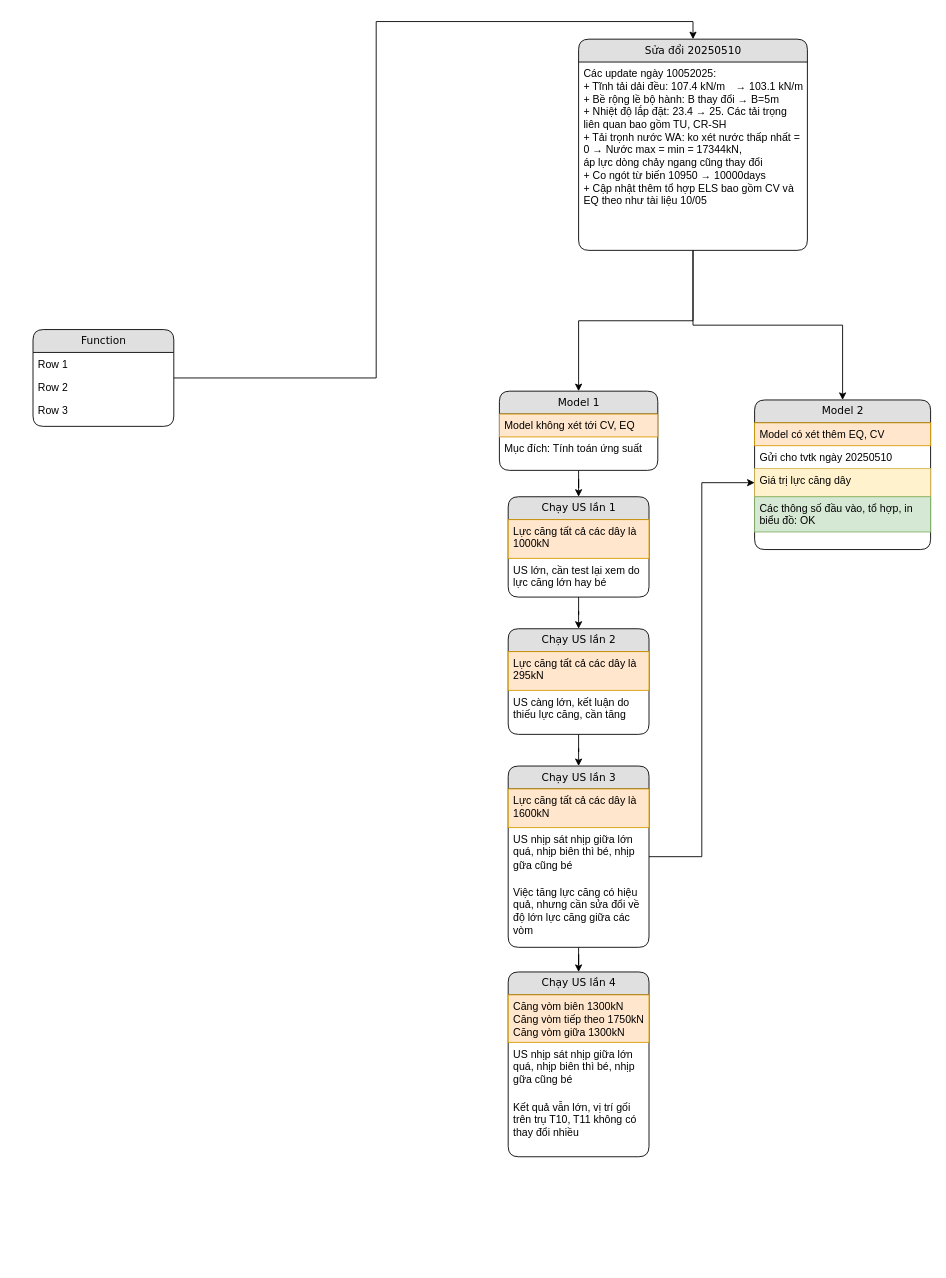
Earlier version of the draw.io diagram An Dong Br/Process.drawio (nnh92/Home-Works). Source tidied: cells renumbered, new cells numbered last; positions are measured from the earlier drawing's top-left corner, leaving out a move shared by most shapes. Both pictures are drawn from the tidied source at 88%, with x=0, y=0 at pixel (33, 39).
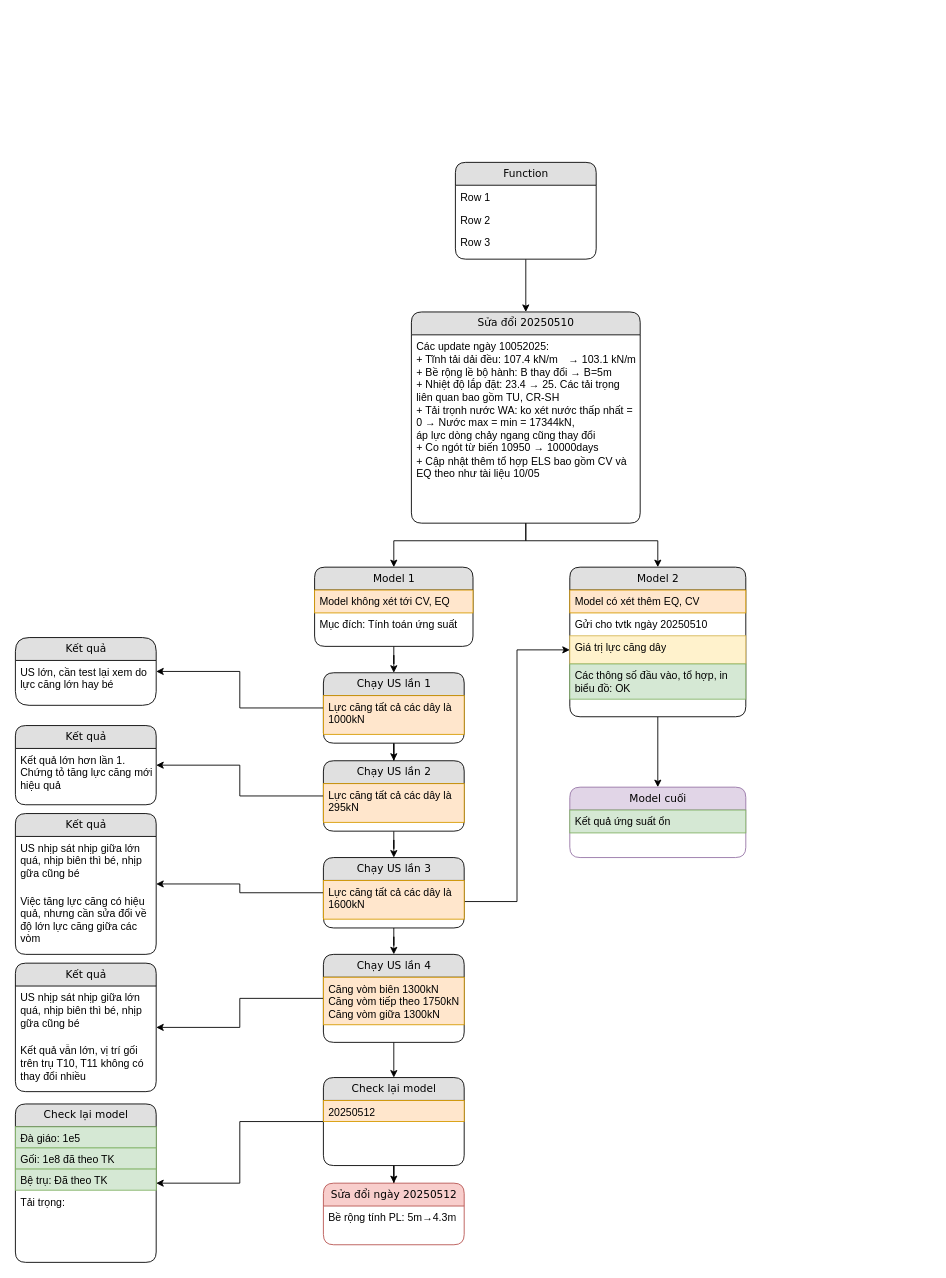
After the change.

The change refers to these unchanged cells:
```xml
<mxCell id="36" value="Giá trị lực căng dây" style="text;html=1;strokeColor=#d6b656;fillColor=#fff2cc;spacingLeft=4;spacingRight=4;whiteSpace=wrap;overflow=hidden;points=[[0,0.5],[1,0.5]];portConstraint=eastwest;" parent="33" vertex="1">
  <mxGeometry y="78" width="200" height="32" as="geometry" />
</mxCell>
```

Change to the diagram source:
```diff
@@
     <mxCell id="3" value="Function" style="swimlane;html=1;fontStyle=0;horizontal=1;startSize=26;fillColor=#e0e0e0;swimlaneFillColor=#ffffff;align=center;rounded=1;shadow=0;comic=0;labelBackgroundColor=none;strokeWidth=1;fontFamily=Verdana;fontSize=12;" parent="1" vertex="1">
-      <mxGeometry y="330" width="160" height="110" as="geometry" />
+      <mxGeometry x="480" y="140" width="160" height="110" as="geometry" />
     </mxCell>
@@
     <mxCell id="8" value="Model 1" style="swimlane;html=1;fontStyle=0;horizontal=1;startSize=26;fillColor=#e0e0e0;swimlaneFillColor=#ffffff;align=center;rounded=1;shadow=0;comic=0;labelBackgroundColor=none;strokeWidth=1;fontFamily=Verdana;fontSize=12;" parent="1" vertex="1">
-      <mxGeometry x="530" y="400" width="180" height="90" as="geometry" />
+      <mxGeometry x="320" y="600" width="180" height="90" as="geometry" />
     </mxCell>
@@
+    <mxCell id="38" style="edgeStyle=orthogonalEdgeStyle;rounded=0;jettySize=auto;html=1;" parent="1" edge="1" source="12" target="46">
+      <mxGeometry relative="1" as="geometry" />
+    </mxCell>
     <mxCell id="12" value="Chạy US lần 1" style="swimlane;html=1;fontStyle=0;horizontal=1;startSize=26;fillColor=#e0e0e0;swimlaneFillColor=#ffffff;align=center;rounded=1;shadow=0;comic=0;labelBackgroundColor=none;strokeWidth=1;fontFamily=Verdana;fontSize=12;" parent="1" vertex="1">
-      <mxGeometry x="540" y="520" width="160" height="114" as="geometry" />
+      <mxGeometry x="330" y="720" width="160" height="80" as="geometry" />
     </mxCell>
@@
-    <mxCell id="14" value="US lớn, cần test lại xem do lực căng lớn hay bé" style="text;html=1;strokeColor=none;fillColor=none;spacingLeft=4;spacingRight=4;whiteSpace=wrap;overflow=hidden;" parent="12" vertex="1">
-      <mxGeometry y="70" width="160" height="44" as="geometry" />
-    </mxCell>
@@
+    <mxCell id="39" style="edgeStyle=orthogonalEdgeStyle;rounded=0;jettySize=auto;html=1;" parent="1" edge="1" source="16" target="47">
+      <mxGeometry relative="1" as="geometry" />
+    </mxCell>
     <mxCell id="16" value="Chạy US lần 2" style="swimlane;html=1;fontStyle=0;horizontal=1;startSize=26;fillColor=#e0e0e0;swimlaneFillColor=#ffffff;align=center;rounded=1;shadow=0;comic=0;labelBackgroundColor=none;strokeWidth=1;fontFamily=Verdana;fontSize=12;" parent="1" vertex="1">
-      <mxGeometry x="540" y="670" width="160" height="120" as="geometry" />
+      <mxGeometry x="330" y="820" width="160" height="80" as="geometry" />
     </mxCell>
@@
-    <mxCell id="18" value="US càng lớn, kết luận do thiếu lực căng, cần tăng" style="text;html=1;strokeColor=none;fillColor=none;spacingLeft=4;spacingRight=4;whiteSpace=wrap;overflow=hidden;" parent="16" vertex="1">
-      <mxGeometry y="70" width="160" height="44" as="geometry" />
-    </mxCell>
@@
     <mxCell id="20" style="edgeStyle=orthogonalEdgeStyle;rounded=0;jettySize=auto;html=1;entryX=0;entryY=0.5;entryDx=0;entryDy=0;" parent="1" edge="1" source="21" target="36">
       <mxGeometry relative="1" as="geometry">
         <Array as="points">
-          <mxPoint x="760" y="929" />
-          <mxPoint x="760" y="504" />
+          <mxPoint x="550" y="980" />
+          <mxPoint x="550" y="694" />
         </Array>
       </mxGeometry>
     </mxCell>
+    <mxCell id="40" style="edgeStyle=orthogonalEdgeStyle;rounded=0;jettySize=auto;html=1;" parent="1" edge="1" source="21" target="49">
+      <mxGeometry relative="1" as="geometry" />
+    </mxCell>
     <mxCell id="21" value="Chạy US lần 3" style="swimlane;html=1;fontStyle=0;horizontal=1;startSize=26;fillColor=#e0e0e0;swimlaneFillColor=#ffffff;align=center;rounded=1;shadow=0;comic=0;labelBackgroundColor=none;strokeWidth=1;fontFamily=Verdana;fontSize=12;" parent="1" vertex="1">
-      <mxGeometry x="540" y="826" width="160" height="206" as="geometry" />
+      <mxGeometry x="330" y="930" width="160" height="80" as="geometry" />
     </mxCell>
@@
-    <mxCell id="23" value="US nhịp sát nhịp giữa lớn quá, nhịp biên thì bé, nhịp gữa cũng bé" style="text;html=1;strokeColor=none;fillColor=none;spacingLeft=4;spacingRight=4;whiteSpace=wrap;overflow=hidden;" parent="21" vertex="1">
-      <mxGeometry y="70" width="160" height="60" as="geometry" />
-    </mxCell>
-    <mxCell id="24" value="Việc tăng lực căng có hiệu quả, nhưng cần sửa đổi về độ lớn lực căng giữa các vòm" style="text;html=1;strokeColor=none;fillColor=none;spacingLeft=4;spacingRight=4;whiteSpace=wrap;overflow=hidden;" parent="21" vertex="1">
-      <mxGeometry y="130" width="160" height="60" as="geometry" />
-    </mxCell>
+    <mxCell id="41" style="edgeStyle=orthogonalEdgeStyle;rounded=0;jettySize=auto;html=1;" parent="1" edge="1" source="25" target="51">
+      <mxGeometry relative="1" as="geometry" />
+    </mxCell>
+    <mxCell id="42" style="edgeStyle=orthogonalEdgeStyle;rounded=0;jettySize=auto;html=1;" parent="1" edge="1" source="25" target="55">
+      <mxGeometry relative="1" as="geometry" />
+    </mxCell>
     <mxCell id="25" value="Chạy US lần 4" style="swimlane;html=1;fontStyle=0;horizontal=1;startSize=26;fillColor=#e0e0e0;swimlaneFillColor=#ffffff;align=center;rounded=1;shadow=0;comic=0;labelBackgroundColor=none;strokeWidth=1;fontFamily=Verdana;fontSize=12;" parent="1" vertex="1">
-      <mxGeometry x="540" y="1060" width="160" height="210" as="geometry" />
+      <mxGeometry x="330" y="1040" width="160" height="100" as="geometry" />
     </mxCell>
@@
-    <mxCell id="27" value="US nhịp sát nhịp giữa lớn quá, nhịp biên thì bé, nhịp gữa cũng bé" style="text;html=1;strokeColor=none;fillColor=none;spacingLeft=4;spacingRight=4;whiteSpace=wrap;overflow=hidden;" parent="25" vertex="1">
-      <mxGeometry y="80" width="160" height="60" as="geometry" />
-    </mxCell>
-    <mxCell id="28" value="Kết quả vẫn lớn, vị trí gối trên trụ T10, T11 không có thay đổi nhiều" style="text;html=1;strokeColor=none;fillColor=none;spacingLeft=4;spacingRight=4;whiteSpace=wrap;overflow=hidden;" parent="25" vertex="1">
-      <mxGeometry y="140" width="160" height="60" as="geometry" />
-    </mxCell>
-    <mxCell id="29" style="edgeStyle=orthogonalEdgeStyle;rounded=0;jettySize=auto;html=1;entryX=0.5;entryY=0;entryDx=0;entryDy=0;exitX=0.5;exitY=1;exitDx=0;exitDy=0;" parent="1" edge="1" source="30" target="8">
-      <mxGeometry relative="1" as="geometry" />
+    <mxCell id="29" style="edgeStyle=orthogonalEdgeStyle;rounded=0;jettySize=auto;html=1;entryX=0.5;entryY=0;entryDx=0;entryDy=0;exitX=0.5;exitY=1;exitDx=0;exitDy=0;flowAnimation=0;" parent="1" edge="1" source="30" target="8">
+      <mxGeometry relative="1" as="geometry">
+        <Array as="points">
+          <mxPoint x="560" y="570" />
+          <mxPoint x="410" y="570" />
+        </Array>
+      </mxGeometry>
     </mxCell>
     <mxCell id="30" value="Sửa đổi 20250510" style="swimlane;html=1;fontStyle=0;horizontal=1;startSize=26;fillColor=#e0e0e0;swimlaneFillColor=#ffffff;align=center;rounded=1;shadow=0;comic=0;labelBackgroundColor=none;strokeWidth=1;fontFamily=Verdana;fontSize=12;" parent="1" vertex="1">
-      <mxGeometry x="620" width="260" height="240" as="geometry" />
+      <mxGeometry x="430" y="310" width="260" height="240" as="geometry" />
     </mxCell>
@@
     <mxCell id="32" style="edgeStyle=orthogonalEdgeStyle;rounded=0;jettySize=auto;html=1;entryX=0.5;entryY=0;entryDx=0;entryDy=0;exitX=0.5;exitY=1;exitDx=0;exitDy=0;" parent="1" edge="1" source="30" target="33">
-      <mxGeometry relative="1" as="geometry" />
+      <mxGeometry relative="1" as="geometry">
+        <Array as="points">
+          <mxPoint x="560" y="570" />
+          <mxPoint x="710" y="570" />
+        </Array>
+      </mxGeometry>
     </mxCell>
+    <mxCell id="43" style="edgeStyle=orthogonalEdgeStyle;rounded=0;jettySize=auto;html=1;" parent="1" edge="1" source="33" target="44">
+      <mxGeometry relative="1" as="geometry" />
+    </mxCell>
     <mxCell id="33" value="Model 2" style="swimlane;html=1;fontStyle=0;horizontal=1;startSize=26;fillColor=#e0e0e0;swimlaneFillColor=#ffffff;align=center;rounded=1;shadow=0;comic=0;labelBackgroundColor=none;strokeWidth=1;fontFamily=Verdana;fontSize=12;" parent="1" vertex="1">
-      <mxGeometry x="820" y="410" width="200" height="170" as="geometry" />
+      <mxGeometry x="610" y="600" width="200" height="170" as="geometry" />
     </mxCell>
@@
+    <mxCell id="44" value="Model cuối" style="swimlane;html=1;fontStyle=0;horizontal=1;startSize=26;fillColor=#e1d5e7;swimlaneFillColor=#ffffff;align=center;rounded=1;shadow=0;comic=0;labelBackgroundColor=none;strokeWidth=1;fontFamily=Verdana;fontSize=12;strokeColor=#9673a6;" parent="1" vertex="1">
+      <mxGeometry x="610" y="850" width="200" height="80" as="geometry" />
+    </mxCell>
+    <mxCell id="45" value="Kết quả ứng suất ổn" style="text;html=1;strokeColor=#82b366;fillColor=#d5e8d4;spacingLeft=4;spacingRight=4;whiteSpace=wrap;overflow=hidden;" parent="44" vertex="1">
+      <mxGeometry y="26" width="200" height="26" as="geometry" />
+    </mxCell>
+    <mxCell id="46" value="Kết quả" style="swimlane;html=1;fontStyle=0;horizontal=1;startSize=26;fillColor=#e0e0e0;swimlaneFillColor=#ffffff;align=center;rounded=1;shadow=0;comic=0;labelBackgroundColor=none;strokeWidth=1;fontFamily=Verdana;fontSize=12;arcSize=20;" parent="1" vertex="1">
+      <mxGeometry x="-20" y="680" width="160" height="77" as="geometry" />
+    </mxCell>
+    <mxCell id="14" value="US lớn, cần test lại xem do lực căng lớn hay bé" style="text;html=1;strokeColor=none;fillColor=none;spacingLeft=4;spacingRight=4;whiteSpace=wrap;overflow=hidden;" parent="46" vertex="1">
+      <mxGeometry y="26" width="160" height="44" as="geometry" />
+    </mxCell>
+    <mxCell id="47" value="Kết quả" style="swimlane;html=1;fontStyle=0;horizontal=1;startSize=26;fillColor=#e0e0e0;swimlaneFillColor=#ffffff;align=center;rounded=1;shadow=0;comic=0;labelBackgroundColor=none;strokeWidth=1;fontFamily=Verdana;fontSize=12;" parent="1" vertex="1">
+      <mxGeometry x="-20" y="780" width="160" height="90" as="geometry" />
+    </mxCell>
+    <mxCell id="48" value="Kết quả lớn hơn lần 1. Chứng tỏ tăng lực căng mới hiệu quả" style="text;html=1;spacingLeft=4;spacingRight=4;whiteSpace=wrap;overflow=hidden;" parent="47" vertex="1">
+      <mxGeometry y="26" width="160" height="64" as="geometry" />
+    </mxCell>
+    <mxCell id="49" value="Kết quả" style="swimlane;html=1;fontStyle=0;horizontal=1;startSize=26;fillColor=#e0e0e0;swimlaneFillColor=#ffffff;align=center;rounded=1;shadow=0;comic=0;labelBackgroundColor=none;strokeWidth=1;fontFamily=Verdana;fontSize=12;" parent="1" vertex="1">
+      <mxGeometry x="-20" y="880" width="160" height="160" as="geometry" />
+    </mxCell>
+    <mxCell id="50" value="US nhịp sát nhịp giữa lớn quá, nhịp biên thì bé, nhịp gữa cũng bé" style="text;html=1;strokeColor=none;fillColor=none;spacingLeft=4;spacingRight=4;whiteSpace=wrap;overflow=hidden;" parent="49" vertex="1">
+      <mxGeometry y="26" width="160" height="60" as="geometry" />
+    </mxCell>
+    <mxCell id="24" value="Việc tăng lực căng có hiệu quả, nhưng cần sửa đổi về độ lớn lực căng giữa các vòm" style="text;html=1;strokeColor=none;fillColor=none;spacingLeft=4;spacingRight=4;whiteSpace=wrap;overflow=hidden;" parent="49" vertex="1">
+      <mxGeometry y="86" width="160" height="60" as="geometry" />
+    </mxCell>
+    <mxCell id="51" value="Kết quả" style="swimlane;html=1;fontStyle=0;horizontal=1;startSize=26;fillColor=#e0e0e0;swimlaneFillColor=#ffffff;align=center;rounded=1;shadow=0;comic=0;labelBackgroundColor=none;strokeWidth=1;fontFamily=Verdana;fontSize=12;" parent="1" vertex="1">
+      <mxGeometry x="-20" y="1050" width="160" height="146" as="geometry" />
+    </mxCell>
+    <mxCell id="52" value="US nhịp sát nhịp giữa lớn quá, nhịp biên thì bé, nhịp gữa cũng bé" style="text;html=1;strokeColor=none;fillColor=none;spacingLeft=4;spacingRight=4;whiteSpace=wrap;overflow=hidden;" parent="51" vertex="1">
+      <mxGeometry y="26" width="160" height="60" as="geometry" />
+    </mxCell>
+    <mxCell id="28" value="Kết quả vẫn lớn, vị trí gối trên trụ T10, T11 không có thay đổi nhiều" style="text;html=1;strokeColor=none;fillColor=none;spacingLeft=4;spacingRight=4;whiteSpace=wrap;overflow=hidden;" parent="51" vertex="1">
+      <mxGeometry y="86" width="160" height="60" as="geometry" />
+    </mxCell>
+    <mxCell id="53" style="edgeStyle=orthogonalEdgeStyle;rounded=0;jettySize=auto;html=1;" parent="1" edge="1" source="55" target="57">
+      <mxGeometry relative="1" as="geometry" />
+    </mxCell>
+    <mxCell id="54" style="edgeStyle=orthogonalEdgeStyle;rounded=0;jettySize=auto;html=1;" parent="1" edge="1" source="55" target="62">
+      <mxGeometry relative="1" as="geometry" />
+    </mxCell>
+    <mxCell id="55" value="Check lại model" style="swimlane;html=1;fontStyle=0;horizontal=1;startSize=26;fillColor=#e0e0e0;swimlaneFillColor=#ffffff;align=center;rounded=1;shadow=0;comic=0;labelBackgroundColor=none;strokeWidth=1;fontFamily=Verdana;fontSize=12;" parent="1" vertex="1">
+      <mxGeometry x="330" y="1180" width="160" height="100" as="geometry" />
+    </mxCell>
+    <mxCell id="56" value="20250512" style="text;html=1;strokeColor=#d79b00;fillColor=#ffe6cc;spacingLeft=4;spacingRight=4;whiteSpace=wrap;overflow=hidden;" parent="55" vertex="1">
+      <mxGeometry y="26" width="160" height="24" as="geometry" />
+    </mxCell>
+    <mxCell id="57" value="Check lại model" style="swimlane;html=1;fontStyle=0;horizontal=1;startSize=26;fillColor=#e0e0e0;swimlaneFillColor=#ffffff;align=center;rounded=1;shadow=0;comic=0;labelBackgroundColor=none;strokeWidth=1;fontFamily=Verdana;fontSize=12;" parent="1" vertex="1">
+      <mxGeometry x="-20" y="1210" width="160" height="180" as="geometry" />
+    </mxCell>
+    <mxCell id="58" value="Đà giáo: 1e5" style="text;html=1;spacingLeft=4;spacingRight=4;whiteSpace=wrap;overflow=hidden;fillColor=#d5e8d4;strokeColor=#82b366;" parent="57" vertex="1">
+      <mxGeometry y="26" width="160" height="24" as="geometry" />
+    </mxCell>
+    <mxCell id="59" value="Gối: 1e8 đã theo TK" style="text;html=1;spacingLeft=4;spacingRight=4;whiteSpace=wrap;overflow=hidden;fillColor=#d5e8d4;strokeColor=#82b366;" parent="57" vertex="1">
+      <mxGeometry y="50" width="160" height="24" as="geometry" />
+    </mxCell>
+    <mxCell id="60" value="Bệ trụ: Đã theo TK" style="text;html=1;spacingLeft=4;spacingRight=4;whiteSpace=wrap;overflow=hidden;fillColor=#d5e8d4;strokeColor=#82b366;" parent="57" vertex="1">
+      <mxGeometry y="74" width="160" height="24" as="geometry" />
+    </mxCell>
+    <mxCell id="61" value="Tải trọng:&amp;nbsp;" style="text;html=1;spacingLeft=4;spacingRight=4;whiteSpace=wrap;overflow=hidden;" parent="57" vertex="1">
+      <mxGeometry y="98" width="160" height="24" as="geometry" />
+    </mxCell>
+    <mxCell id="62" value="Sửa đổi ngày 20250512" style="swimlane;html=1;fontStyle=0;horizontal=1;startSize=26;fillColor=#f8cecc;swimlaneFillColor=#ffffff;align=center;rounded=1;shadow=0;comic=0;labelBackgroundColor=none;strokeWidth=1;fontFamily=Verdana;fontSize=12;strokeColor=#b85450;" parent="1" vertex="1">
+      <mxGeometry x="330" y="1300" width="160" height="70" as="geometry" />
+    </mxCell>
+    <mxCell id="63" value="Bề rộng tính PL: 5m→4.3m" style="text;html=1;spacingLeft=4;spacingRight=4;whiteSpace=wrap;overflow=hidden;" parent="62" vertex="1">
+      <mxGeometry y="26" width="160" height="24" as="geometry" />
+    </mxCell>
```
